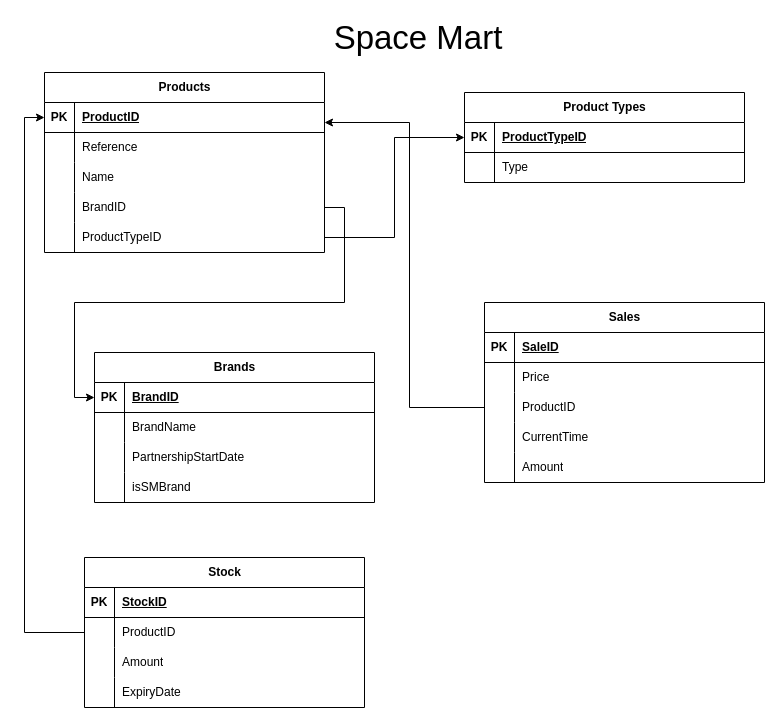
Earlier version of the draw.io diagram diagrams/db.drawio (Fastrings/SpaceMart). Source tidied: cells renumbered, new cells numbered last; positions are measured from the earlier drawing's top-left corner, leaving out a move shared by most shapes. Both pictures are drawn from the tidied source at 100%, with x=0, y=0 at pixel (24, 22).
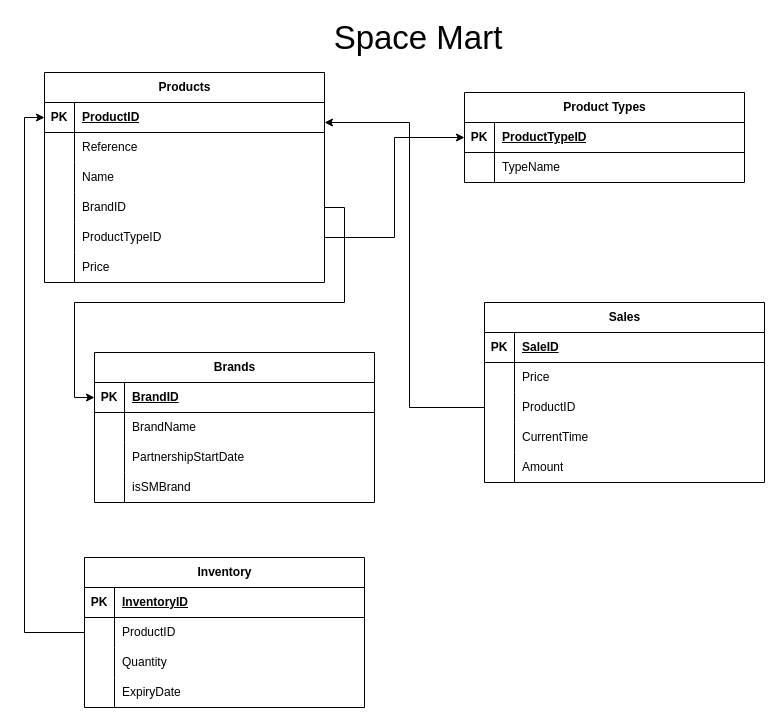
Above is the later version.

Unchanged cells that the change refers to:
```xml
<mxCell id="23" style="shape=tableRow;horizontal=0;startSize=0;swimlaneHead=0;swimlaneBody=0;fillColor=none;top=0;left=0;right=0;bottom=0;" parent="19" vertex="1">
  <mxGeometry y="60" width="280" height="30" as="geometry" />
</mxCell>
<mxCell id="59" style="shape=tableRow;horizontal=0;startSize=0;swimlaneHead=0;swimlaneBody=0;fillColor=none;top=0;left=0;right=0;bottom=1;" parent="58" vertex="1">
  <mxGeometry y="30" width="280" height="30" as="geometry" />
</mxCell>
<mxCell id="65" style="shape=tableRow;horizontal=0;startSize=0;swimlaneHead=0;swimlaneBody=0;fillColor=none;top=0;left=0;right=0;bottom=0;" parent="58" vertex="1">
  <mxGeometry y="90" width="280" height="30" as="geometry" />
</mxCell>
```

Change to the diagram source:
```diff
@@
     <mxCell id="2" value="Products" style="shape=table;startSize=30;childLayout=tableLayout;rowLines=0;fontStyle=1;align=center;html=1;" parent="1" vertex="1">
-      <mxGeometry x="20" y="50" width="280" height="180" as="geometry" />
+      <mxGeometry x="20" y="50" width="280" height="210" as="geometry" />
     </mxCell>
@@
+    <mxCell id="72" style="shape=tableRow;horizontal=0;startSize=0;swimlaneHead=0;swimlaneBody=0;fillColor=none;top=0;left=0;right=0;bottom=0;" parent="2" vertex="1">
+      <mxGeometry y="180" width="280" height="30" as="geometry" />
+    </mxCell>
+    <mxCell id="73" style="shape=partialRectangle;fillColor=none;top=0;left=0;bottom=0;right=0;overflow=hidden;whiteSpace=wrap;html=1;" parent="72" vertex="1">
+      <mxGeometry width="30" height="30" as="geometry" />
+    </mxCell>
+    <mxCell id="74" value="Price" style="shape=partialRectangle;fillColor=none;top=0;left=0;bottom=0;right=0;align=left;spacingLeft=6;overflow=hidden;whiteSpace=wrap;html=1;" parent="72" vertex="1">
+      <mxGeometry x="30" width="250" height="30" as="geometry" />
+    </mxCell>
@@
-    <mxCell id="25" value="Type" style="shape=partialRectangle;fillColor=none;top=0;left=0;bottom=0;right=0;align=left;spacingLeft=6;overflow=hidden;whiteSpace=wrap;html=1;" parent="23" vertex="1">
+    <mxCell id="25" value="TypeName" style="shape=partialRectangle;fillColor=none;top=0;left=0;bottom=0;right=0;align=left;spacingLeft=6;overflow=hidden;whiteSpace=wrap;html=1;" parent="23" vertex="1">
       <mxGeometry x="30" width="250" height="30" as="geometry" />
     </mxCell>
@@
-    <mxCell id="58" value="Stock" style="shape=table;startSize=30;childLayout=tableLayout;rowLines=0;fontStyle=1;align=center;html=1;" parent="1" vertex="1">
+    <mxCell id="58" value="Inventory" style="shape=table;startSize=30;childLayout=tableLayout;rowLines=0;fontStyle=1;align=center;html=1;" parent="1" vertex="1">
       <mxGeometry x="60" y="535" width="280" height="150" as="geometry" />
     </mxCell>
@@
-    <mxCell id="61" value="StockID" style="shape=partialRectangle;fillColor=none;top=0;left=0;bottom=0;right=0;align=left;spacingLeft=6;fontStyle=5;overflow=hidden;whiteSpace=wrap;html=1;" parent="59" vertex="1">
+    <mxCell id="61" value="InventoryID" style="shape=partialRectangle;fillColor=none;top=0;left=0;bottom=0;right=0;align=left;spacingLeft=6;fontStyle=5;overflow=hidden;whiteSpace=wrap;html=1;" parent="59" vertex="1">
       <mxGeometry x="30" width="250" height="30" as="geometry" />
     </mxCell>
@@
-    <mxCell id="67" value="Amount" style="shape=partialRectangle;fillColor=none;top=0;left=0;bottom=0;right=0;align=left;spacingLeft=6;overflow=hidden;whiteSpace=wrap;html=1;" parent="65" vertex="1">
+    <mxCell id="67" value="Quantity" style="shape=partialRectangle;fillColor=none;top=0;left=0;bottom=0;right=0;align=left;spacingLeft=6;overflow=hidden;whiteSpace=wrap;html=1;" parent="65" vertex="1">
       <mxGeometry x="30" width="250" height="30" as="geometry" />
     </mxCell>
```
